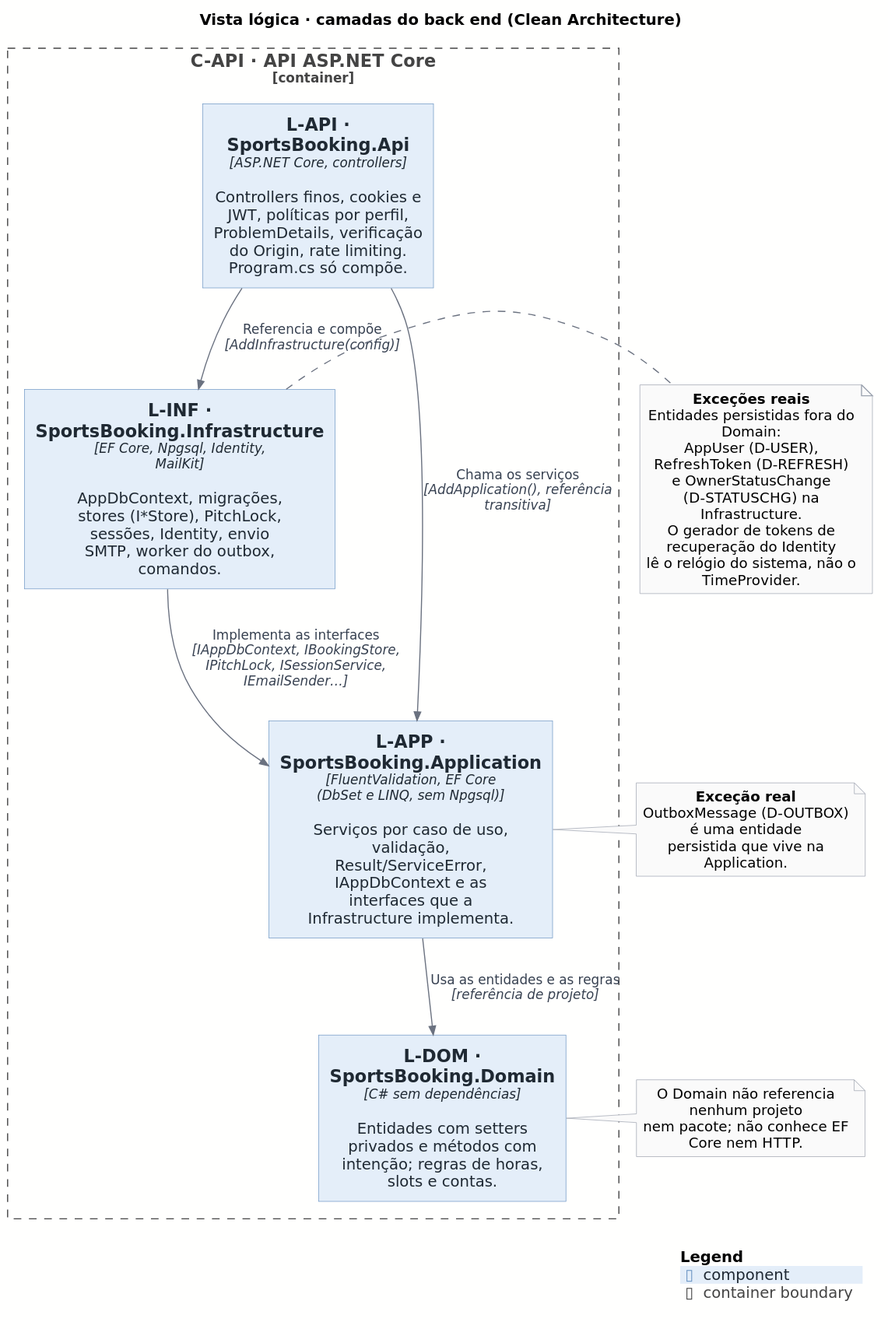
The PlantUML diagram docs/architecture/out/logical-layers.svg in rodrigo4sousa/SportsEstablishments, before a commit.
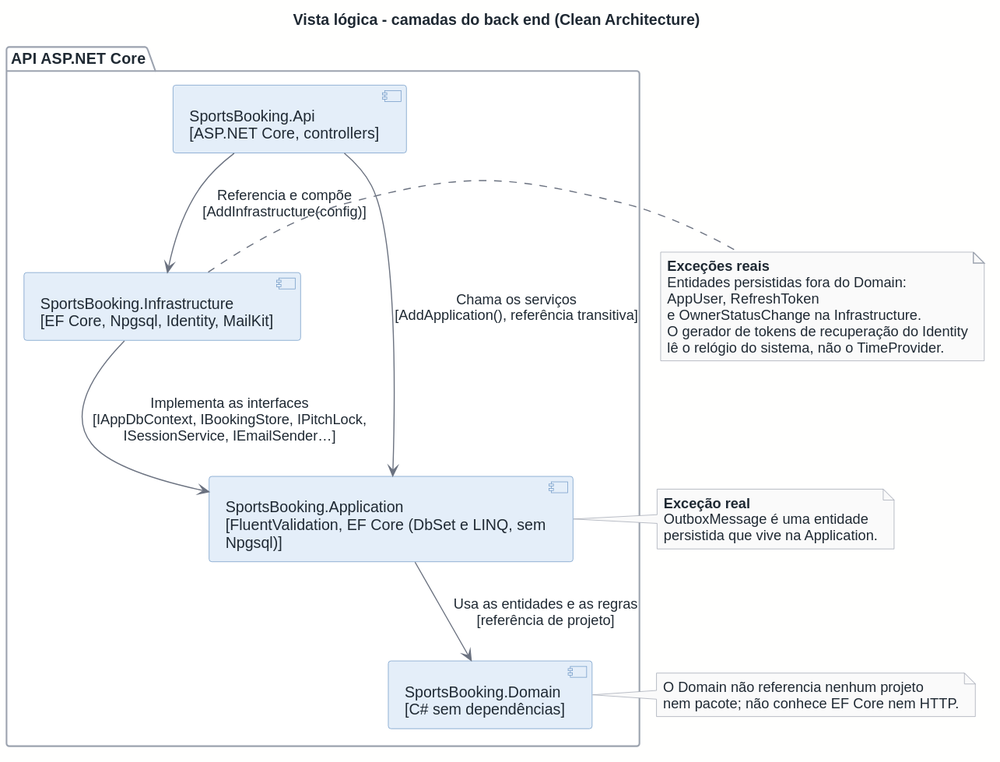
After the commit.

Diff of the diagram source:
```diff
@@ -1,35 +1,33 @@
 @startuml
-!include <C4/C4_Component>
 !include ../style.puml
 
-title Vista lógica · camadas do back end (Clean Architecture)
+title Vista lógica - camadas do back end (Clean Architecture)
 
-LAYOUT_TOP_DOWN()
 
-Container_Boundary(C_API, "C-API · API ASP.NET Core") {
-  Component(L_API, "L-API · SportsBooking.Api", "ASP.NET Core, controllers", "Controllers finos, cookies e JWT, políticas por perfil, ProblemDetails, verificação do Origin, rate limiting. Program.cs só compõe.")
-  Component(L_INF, "L-INF · SportsBooking.Infrastructure", "EF Core, Npgsql, Identity, MailKit", "AppDbContext, migrações, stores (I*Store), PitchLock, sessões, Identity, envio SMTP, worker do outbox, comandos.")
-  Component(L_APP, "L-APP · SportsBooking.Application", "FluentValidation, EF Core (DbSet e LINQ, sem Npgsql)", "Serviços por caso de uso, validação, Result/ServiceError, IAppDbContext e as interfaces que a Infrastructure implementa.")
-  Component(L_DOM, "L-DOM · SportsBooking.Domain", "C# sem dependências", "Entidades com setters privados e métodos com intenção; regras de horas, slots e contas.")
+package "API ASP.NET Core" as C_API {
+  component "SportsBooking.Api\n[ASP.NET Core, controllers]" as L_API
+  component "SportsBooking.Infrastructure\n[EF Core, Npgsql, Identity, MailKit]" as L_INF
+  component "SportsBooking.Application\n[FluentValidation, EF Core (DbSet e LINQ, sem\nNpgsql)]" as L_APP
+  component "SportsBooking.Domain\n[C# sem dependências]" as L_DOM
 }
 
-Rel(L_API, L_INF, $plain("Referencia e compõe"), "AddInfrastructure(config)")
-Rel(L_API, L_APP, $plain("Chama os serviços"), "AddApplication(), referência transitiva")
-Rel(L_INF, L_APP, $plain("Implementa as interfaces"), "IAppDbContext, IBookingStore, IPitchLock, ISessionService, IEmailSender…")
-Rel(L_APP, L_DOM, $plain("Usa as entidades e as regras"), "referência de projeto")
+L_API --> L_INF : Referencia e compõe\n[AddInfrastructure(config)]
+L_API --> L_APP : Chama os serviços\n[AddApplication(), referência transitiva]
+L_INF --> L_APP : Implementa as interfaces\n[IAppDbContext, IBookingStore, IPitchLock,\nISessionService, IEmailSender…]
+L_APP --> L_DOM : Usa as entidades e as regras\n[referência de projeto]
 
 note right of L_INF
   **Exceções reais**
   Entidades persistidas fora do Domain:
-  AppUser (D-USER), RefreshToken (D-REFRESH)
-  e OwnerStatusChange (D-STATUSCHG) na Infrastructure.
+  AppUser, RefreshToken
+  e OwnerStatusChange na Infrastructure.
   O gerador de tokens de recuperação do Identity
   lê o relógio do sistema, não o TimeProvider.
 end note
 
 note right of L_APP
   **Exceção real**
-  OutboxMessage (D-OUTBOX) é uma entidade
+  OutboxMessage é uma entidade
   persistida que vive na Application.
 end note
 
@@ -37,6 +35,4 @@
   O Domain não referencia nenhum projeto
   nem pacote; não conhece EF Core nem HTTP.
 end note
-
-SHOW_LEGEND()
 @enduml
```
